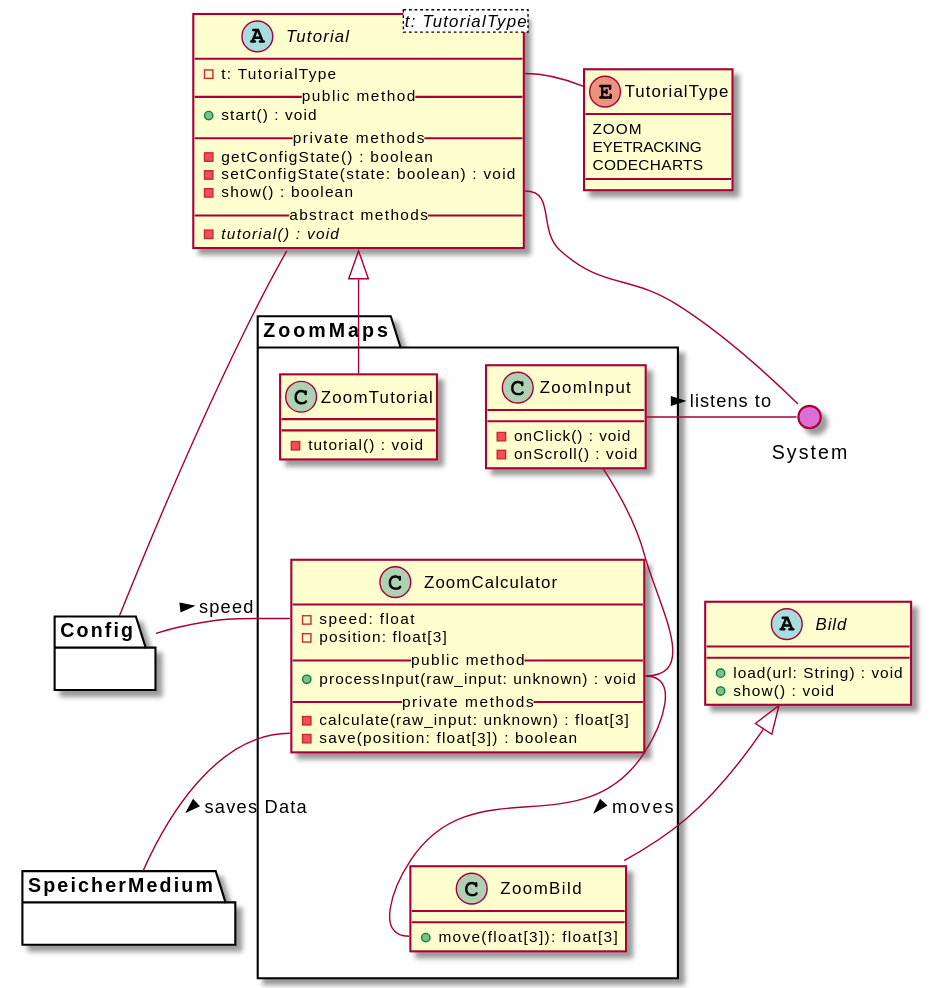
Earlier version of the PlantUML export meilenstein_03/uml-zoommaps/zoommaps.svg (weichware10/meilensteine).
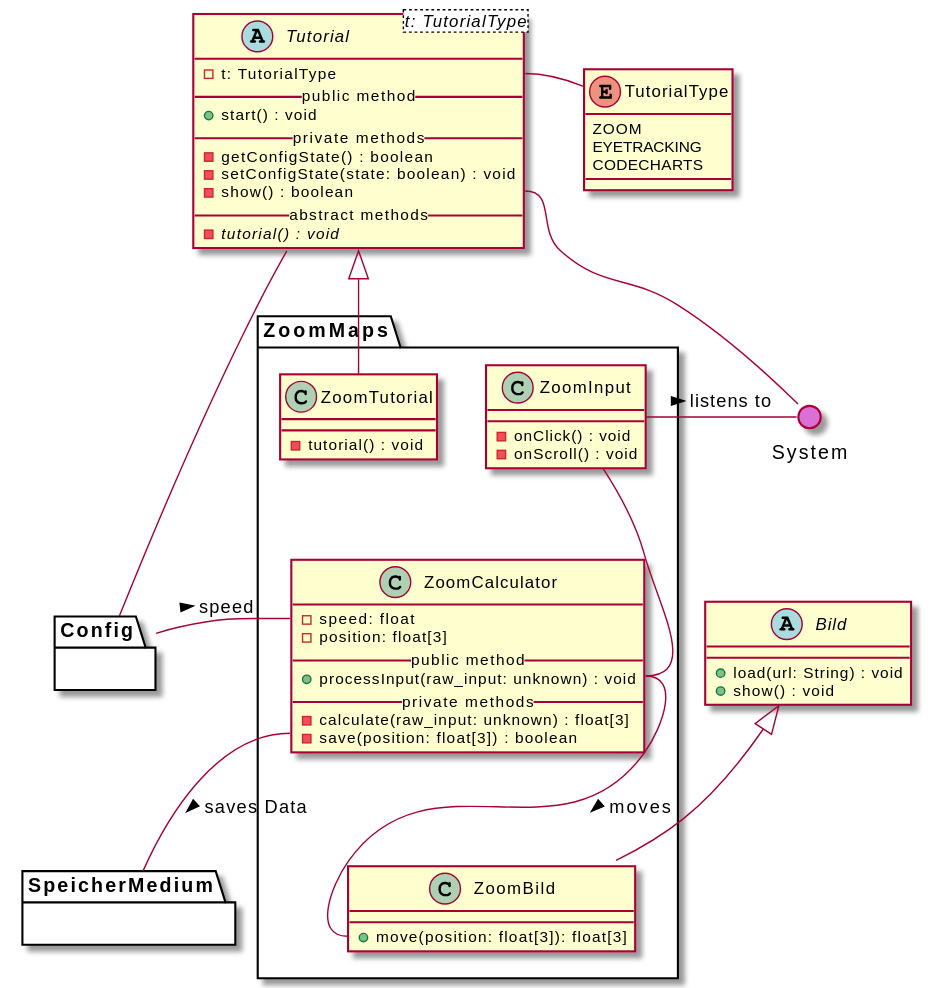
After the commit.

Commit message:
Render PlantUML SVGs

The edit, as a diff of the source:
```diff
@@ -53,7 +53,7 @@
     }
 
     class ZoomBild {
-        + move(float[3]): float[3]
+        + move(position: float[3]): float[3]
     }
 
 
```
